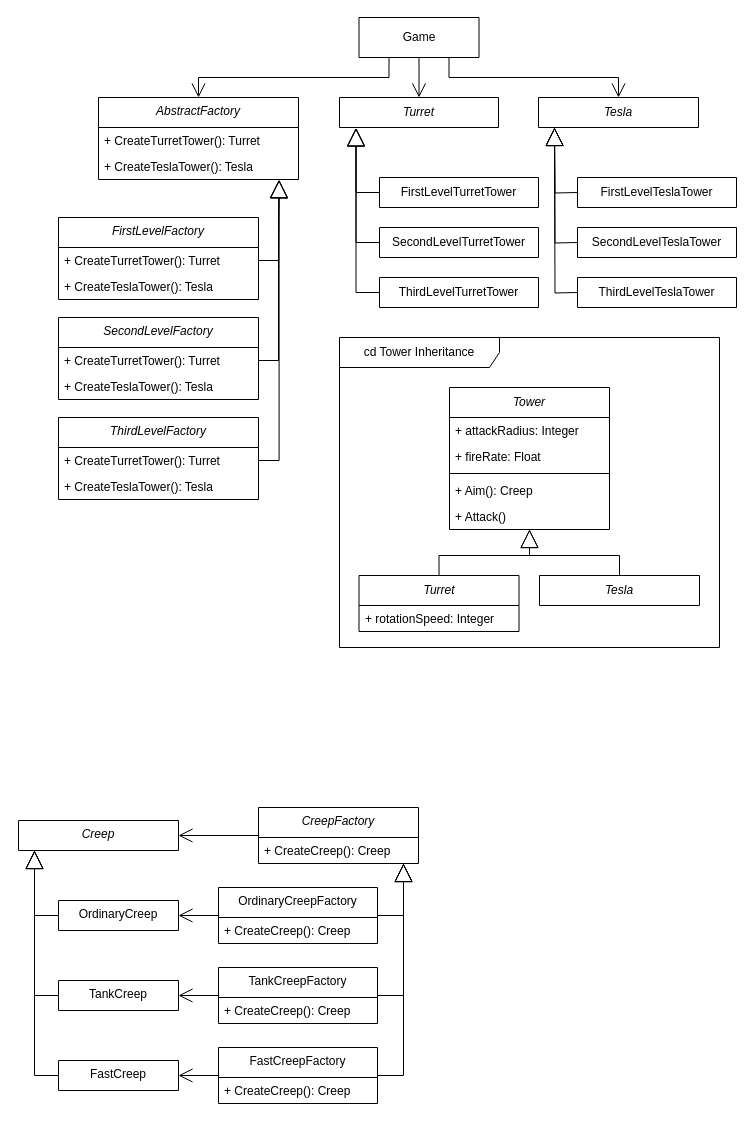
The draw.io diagram lab01/OOAD-2_Lab-1.drawio in seanslinder/OOAD-2, before the edit. Source tidied: cells renumbered, new cells numbered last; positions are measured from the earlier drawing's top-left corner, leaving out a move shared by most shapes. Both pictures are drawn from the tidied source at 100%, with x=0, y=0 at pixel (18, 17).
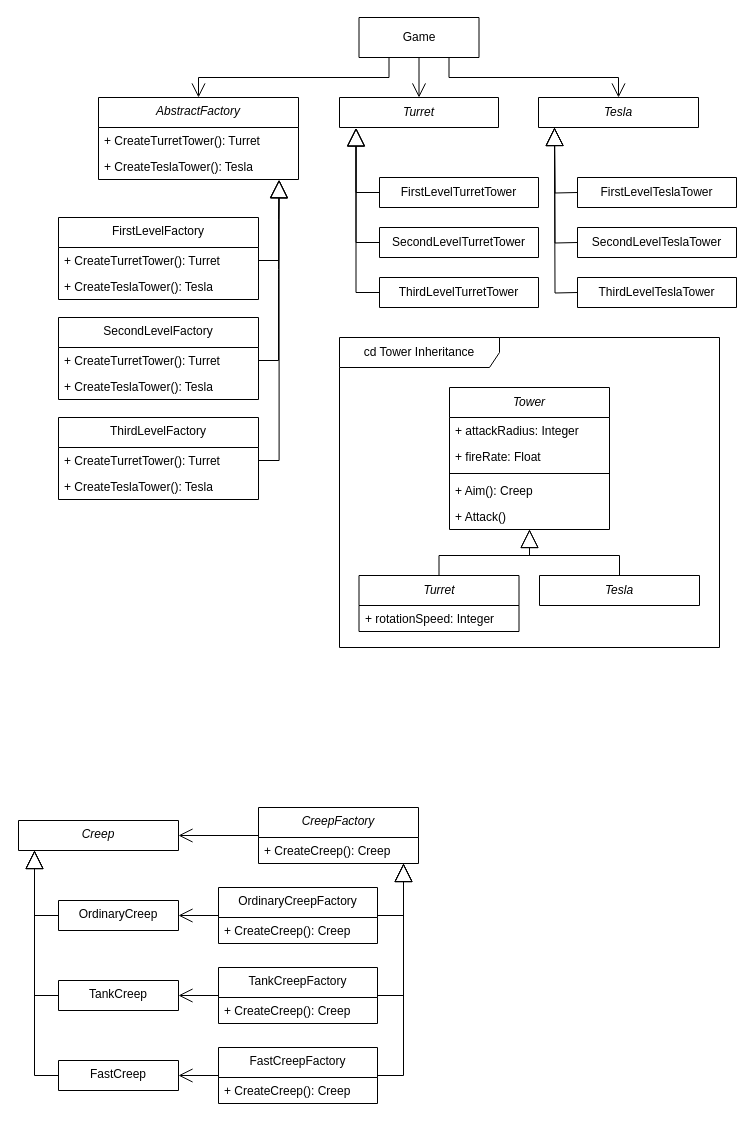
After the change.

Change to the diagram source:
```diff
@@
-    <mxCell id="23" value="&lt;span style=&quot;font-weight: normal;&quot;&gt;&lt;i&gt;FirstLevelFactory&lt;/i&gt;&lt;/span&gt;" style="swimlane;fontStyle=1;align=center;verticalAlign=top;horizontal=1;startSize=30;whiteSpace=wrap;html=1;" parent="1" vertex="1">
+    <mxCell id="23" value="&lt;span style=&quot;font-weight: normal;&quot;&gt;FirstLevelFactory&lt;/span&gt;" style="swimlane;fontStyle=1;align=center;verticalAlign=top;horizontal=1;startSize=30;whiteSpace=wrap;html=1;" parent="1" vertex="1">
       <mxGeometry x="40" y="200" width="200" height="82" as="geometry" />
     </mxCell>
@@
-    <mxCell id="26" value="&lt;span style=&quot;font-weight: normal;&quot;&gt;&lt;i&gt;SecondLevelFactory&lt;/i&gt;&lt;/span&gt;" style="swimlane;fontStyle=1;align=center;verticalAlign=top;horizontal=1;startSize=30;whiteSpace=wrap;html=1;" parent="1" vertex="1">
+    <mxCell id="26" value="&lt;span style=&quot;font-weight: normal;&quot;&gt;SecondLevelFactory&lt;/span&gt;" style="swimlane;fontStyle=1;align=center;verticalAlign=top;horizontal=1;startSize=30;whiteSpace=wrap;html=1;" parent="1" vertex="1">
       <mxGeometry x="40" y="300" width="200" height="82" as="geometry" />
     </mxCell>
@@
-    <mxCell id="31" value="&lt;span style=&quot;font-weight: normal;&quot;&gt;&lt;i&gt;ThirdLevelFactory&lt;/i&gt;&lt;/span&gt;" style="swimlane;fontStyle=1;align=center;verticalAlign=top;horizontal=1;startSize=30;whiteSpace=wrap;html=1;" parent="1" vertex="1">
+    <mxCell id="31" value="&lt;span style=&quot;font-weight: normal;&quot;&gt;ThirdLevelFactory&lt;/span&gt;" style="swimlane;fontStyle=1;align=center;verticalAlign=top;horizontal=1;startSize=30;whiteSpace=wrap;html=1;" parent="1" vertex="1">
       <mxGeometry x="40" y="400" width="200" height="82" as="geometry" />
     </mxCell>
```
